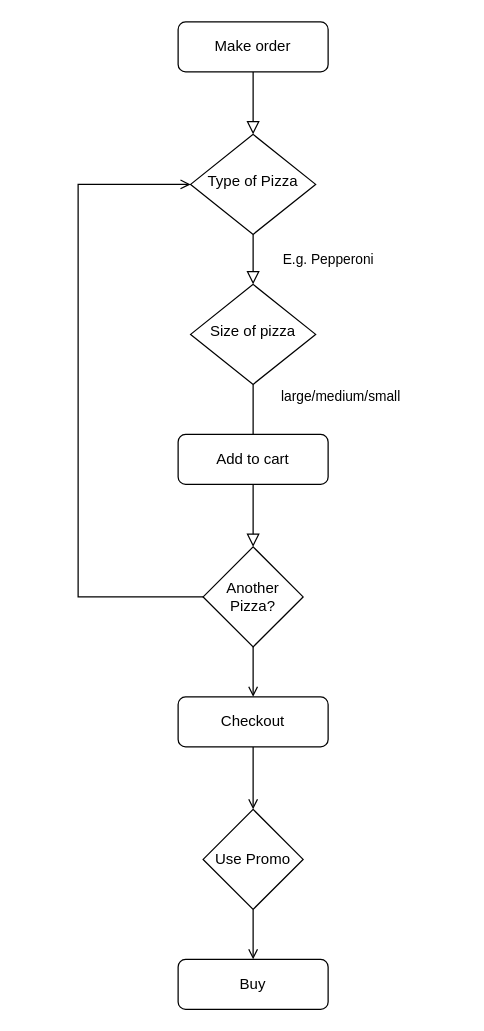
The draw.io diagram core_functionalities.drawio in Remi329/PizzaJunctionMergedComponents, before the edit. Source tidied: cells renumbered, new cells numbered last; positions are measured from the earlier drawing's top-left corner, leaving out a move shared by most shapes. Both pictures are drawn from the tidied source at 125%, with x=0, y=0 at pixel (78, 21).
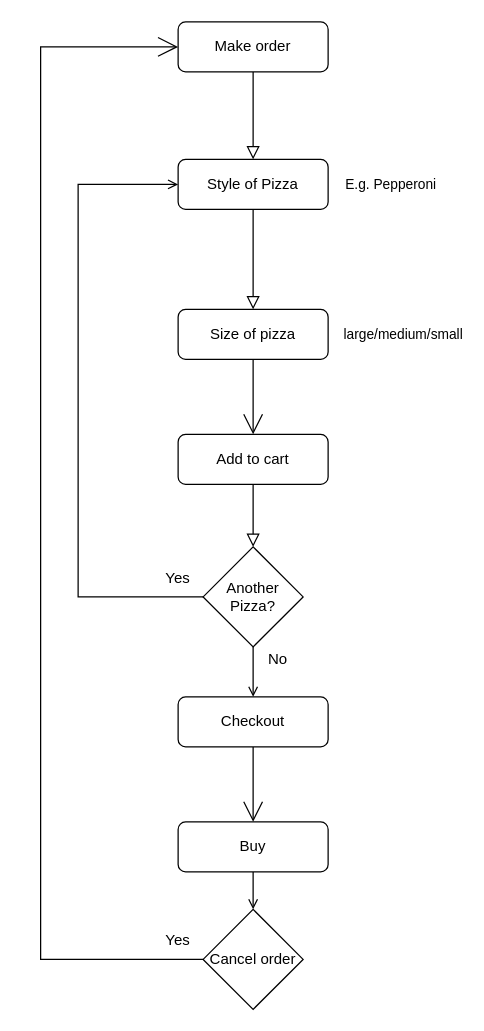
The same diagram, later.

The change refers to these unchanged cells:
```xml
<mxCell id="3" value="Make order" style="rounded=1;whiteSpace=wrap;html=1;fontSize=12;glass=0;strokeWidth=1;shadow=0;" parent="1" vertex="1">
  <mxGeometry x="80" width="120" height="40" as="geometry" />
</mxCell>
<mxCell id="9" value="Checkout" style="rounded=1;whiteSpace=wrap;html=1;fontSize=12;glass=0;strokeWidth=1;shadow=0;" parent="1" vertex="1">
  <mxGeometry x="80" y="540" width="120" height="40" as="geometry" />
</mxCell>
<mxCell id="12" value="Another Pizza?" style="rhombus;whiteSpace=wrap;html=1;hachureGap=4;" parent="1" vertex="1">
  <mxGeometry x="100" y="420" width="80" height="80" as="geometry" />
</mxCell>
<mxCell id="13" value="Add to cart" style="rounded=1;whiteSpace=wrap;html=1;fontSize=12;glass=0;strokeWidth=1;shadow=0;" parent="1" vertex="1">
  <mxGeometry x="80" y="330" width="120" height="40" as="geometry" />
</mxCell>
```

Change to the diagram source:
```diff
@@
-    <mxCell id="2" style="rounded=0;html=1;jettySize=auto;fontSize=11;endArrow=block;endFill=0;endSize=8;strokeWidth=1;shadow=0;labelBackgroundColor=none;edgeStyle=orthogonalEdgeStyle;" parent="1" edge="1" source="3" target="5">
+    <mxCell id="2" style="rounded=0;html=1;jettySize=auto;fontSize=11;endArrow=block;endFill=0;endSize=8;strokeWidth=1;shadow=0;labelBackgroundColor=none;edgeStyle=orthogonalEdgeStyle;entryX=0.5;entryY=0;entryDx=0;entryDy=0;" parent="1" edge="1" source="3" target="21">
       <mxGeometry relative="1" as="geometry" />
     </mxCell>
@@
-    <mxCell id="4" value="E.g. Pepperoni" style="rounded=0;html=1;jettySize=auto;fontSize=11;endArrow=block;endFill=0;endSize=8;strokeWidth=1;shadow=0;labelBackgroundColor=none;edgeStyle=orthogonalEdgeStyle;" parent="1" edge="1" source="5" target="7">
-      <mxGeometry y="60" relative="1" as="geometry" />
+    <mxCell id="4" value="E.g. Pepperoni" style="rounded=0;html=1;jettySize=auto;fontSize=11;endArrow=block;endFill=0;endSize=8;strokeWidth=1;shadow=0;labelBackgroundColor=none;edgeStyle=orthogonalEdgeStyle;exitX=0.5;exitY=1;exitDx=0;exitDy=0;entryX=0.5;entryY=0;entryDx=0;entryDy=0;" parent="1" edge="1" source="21" target="7">
+      <mxGeometry x="-1" y="112" relative="1" as="geometry">
+        <mxPoint x="-2" y="-20" as="offset" />
+      </mxGeometry>
     </mxCell>
-    <mxCell id="5" value="Type of Pizza" style="rhombus;whiteSpace=wrap;html=1;shadow=0;fontFamily=Helvetica;fontSize=12;align=center;strokeWidth=1;spacing=6;spacingTop=-4;" parent="1" vertex="1">
-      <mxGeometry x="90" y="90" width="100" height="80" as="geometry" />
-    </mxCell>
-    <mxCell id="6" value="large/medium/small" style="rounded=0;html=1;jettySize=auto;fontSize=11;endArrow=block;endFill=0;endSize=8;strokeWidth=1;shadow=0;labelBackgroundColor=none;edgeStyle=orthogonalEdgeStyle;entryX=0.5;entryY=0;entryDx=0;entryDy=0;" parent="1" edge="1" source="7" target="12">
-      <mxGeometry x="-0.85" y="70" relative="1" as="geometry" />
+    <mxCell id="6" value="large/medium/small" style="rounded=0;html=1;jettySize=auto;fontSize=11;endArrow=block;endFill=0;endSize=8;strokeWidth=1;shadow=0;labelBackgroundColor=none;edgeStyle=orthogonalEdgeStyle;entryX=0.5;entryY=0;entryDx=0;entryDy=0;exitX=0.5;exitY=1;exitDx=0;exitDy=0;" parent="1" edge="1" source="13" target="12">
+      <mxGeometry x="-1" y="170" relative="1" as="geometry">
+        <mxPoint x="-50" y="-120" as="offset" />
+      </mxGeometry>
     </mxCell>
-    <mxCell id="7" value="Size of pizza" style="rhombus;whiteSpace=wrap;html=1;shadow=0;fontFamily=Helvetica;fontSize=12;align=center;strokeWidth=1;spacing=6;spacingTop=-4;" parent="1" vertex="1">
-      <mxGeometry x="90" y="210" width="100" height="80" as="geometry" />
-    </mxCell>
-    <mxCell id="8" style="edgeStyle=orthogonalEdgeStyle;rounded=0;jettySize=auto;html=1;entryX=0.5;entryY=0;entryDx=0;entryDy=0;endArrow=open;sourcePerimeterSpacing=8;targetPerimeterSpacing=8;exitX=0.5;exitY=1;exitDx=0;exitDy=0;" parent="1" edge="1" source="9" target="16">
+    <mxCell id="8" style="edgeStyle=orthogonalEdgeStyle;rounded=0;jettySize=auto;html=1;entryX=0.5;entryY=0;entryDx=0;entryDy=0;endArrow=open;sourcePerimeterSpacing=8;targetPerimeterSpacing=8;exitX=0.5;exitY=1;exitDx=0;exitDy=0;" parent="1" edge="1" source="14" target="19">
       <mxGeometry relative="1" as="geometry" />
     </mxCell>
+    <mxCell id="17" style="edgeStyle=orthogonalEdgeStyle;rounded=0;jettySize=auto;html=1;entryX=0.5;entryY=0;entryDx=0;entryDy=0;endArrow=open;startSize=14;endSize=14;sourcePerimeterSpacing=8;targetPerimeterSpacing=8;exitX=0.5;exitY=1;exitDx=0;exitDy=0;" parent="1" edge="1" source="9" target="14">
+      <mxGeometry relative="1" as="geometry" />
+    </mxCell>
@@
-    <mxCell id="10" style="edgeStyle=orthogonalEdgeStyle;rounded=0;jettySize=auto;html=1;entryX=0;entryY=0.5;entryDx=0;entryDy=0;endArrow=open;sourcePerimeterSpacing=8;targetPerimeterSpacing=8;exitX=0;exitY=0.5;exitDx=0;exitDy=0;" parent="1" edge="1" source="12" target="5">
+    <mxCell id="10" style="edgeStyle=orthogonalEdgeStyle;rounded=0;jettySize=auto;html=1;entryX=0;entryY=0.5;entryDx=0;entryDy=0;endArrow=open;sourcePerimeterSpacing=8;targetPerimeterSpacing=8;exitX=0;exitY=0.5;exitDx=0;exitDy=0;" parent="1" edge="1" source="12" target="21">
       <mxGeometry relative="1" as="geometry">
         <Array as="points">
           <mxPoint y="460" />
           <mxPoint y="130" />
         </Array>
       </mxGeometry>
     </mxCell>
@@
     <mxCell id="14" value="Buy" style="rounded=1;whiteSpace=wrap;html=1;fontSize=12;glass=0;strokeWidth=1;shadow=0;" parent="1" vertex="1">
-      <mxGeometry x="80" y="750" width="120" height="40" as="geometry" />
+      <mxGeometry x="80" y="640" width="120" height="40" as="geometry" />
     </mxCell>
-    <mxCell id="15" style="edgeStyle=orthogonalEdgeStyle;rounded=0;jettySize=auto;html=1;endArrow=open;sourcePerimeterSpacing=8;targetPerimeterSpacing=8;exitX=0.5;exitY=1;exitDx=0;exitDy=0;" parent="1" edge="1" source="16">
-      <mxGeometry relative="1" as="geometry">
-        <mxPoint x="140" y="750" as="targetPoint" />
-        <Array as="points">
-          <mxPoint x="140" y="750" />
-          <mxPoint x="140" y="750" />
-        </Array>
-      </mxGeometry>
-    </mxCell>
-    <mxCell id="16" value="Use Promo" style="rhombus;whiteSpace=wrap;html=1;hachureGap=4;" parent="1" vertex="1">
-      <mxGeometry x="100" y="630" width="80" height="80" as="geometry" />
-    </mxCell>
+    <mxCell id="18" style="edgeStyle=orthogonalEdgeStyle;rounded=0;jettySize=auto;html=1;endArrow=open;startSize=14;endSize=14;sourcePerimeterSpacing=8;targetPerimeterSpacing=8;entryX=0;entryY=0.5;entryDx=0;entryDy=0;exitX=0;exitY=0.5;exitDx=0;exitDy=0;" parent="1" edge="1" source="19" target="3">
+      <mxGeometry relative="1" as="geometry">
+        <Array as="points">
+          <mxPoint x="-30" y="750" />
+          <mxPoint x="-30" y="20" />
+        </Array>
+      </mxGeometry>
+    </mxCell>
+    <mxCell id="19" value="Cancel order" style="rhombus;whiteSpace=wrap;html=1;hachureGap=4;" parent="1" vertex="1">
+      <mxGeometry x="100" y="710" width="80" height="80" as="geometry" />
+    </mxCell>
+    <mxCell id="20" style="edgeStyle=orthogonalEdgeStyle;rounded=0;jettySize=auto;html=1;entryX=0.5;entryY=0;entryDx=0;entryDy=0;endArrow=open;startSize=14;endSize=14;sourcePerimeterSpacing=8;targetPerimeterSpacing=8;exitX=0.5;exitY=1;exitDx=0;exitDy=0;" parent="1" edge="1" source="7" target="13">
+      <mxGeometry relative="1" as="geometry" />
+    </mxCell>
+    <mxCell id="7" value="Size of pizza" style="rounded=1;whiteSpace=wrap;html=1;fontSize=12;glass=0;strokeWidth=1;shadow=0;" parent="1" vertex="1">
+      <mxGeometry x="80" y="230" width="120" height="40" as="geometry" />
+    </mxCell>
+    <mxCell id="21" value="Style of Pizza" style="rounded=1;whiteSpace=wrap;html=1;fontSize=12;glass=0;strokeWidth=1;shadow=0;" parent="1" vertex="1">
+      <mxGeometry x="80" y="110" width="120" height="40" as="geometry" />
+    </mxCell>
+    <mxCell id="22" value="Yes" style="text;strokeColor=none;fillColor=none;html=1;align=center;verticalAlign=middle;whiteSpace=wrap;rounded=0;hachureGap=4;" parent="1" vertex="1">
+      <mxGeometry x="70" y="730" width="20" height="10" as="geometry" />
+    </mxCell>
+    <mxCell id="23" value="Yes" style="text;strokeColor=none;fillColor=none;html=1;align=center;verticalAlign=middle;whiteSpace=wrap;rounded=0;hachureGap=4;" parent="1" vertex="1">
+      <mxGeometry x="70" y="440" width="20" height="10" as="geometry" />
+    </mxCell>
+    <mxCell id="24" value="No" style="text;strokeColor=none;fillColor=none;html=1;align=center;verticalAlign=middle;whiteSpace=wrap;rounded=0;hachureGap=4;" parent="1" vertex="1">
+      <mxGeometry x="150" y="505" width="20" height="10" as="geometry" />
+    </mxCell>
```
